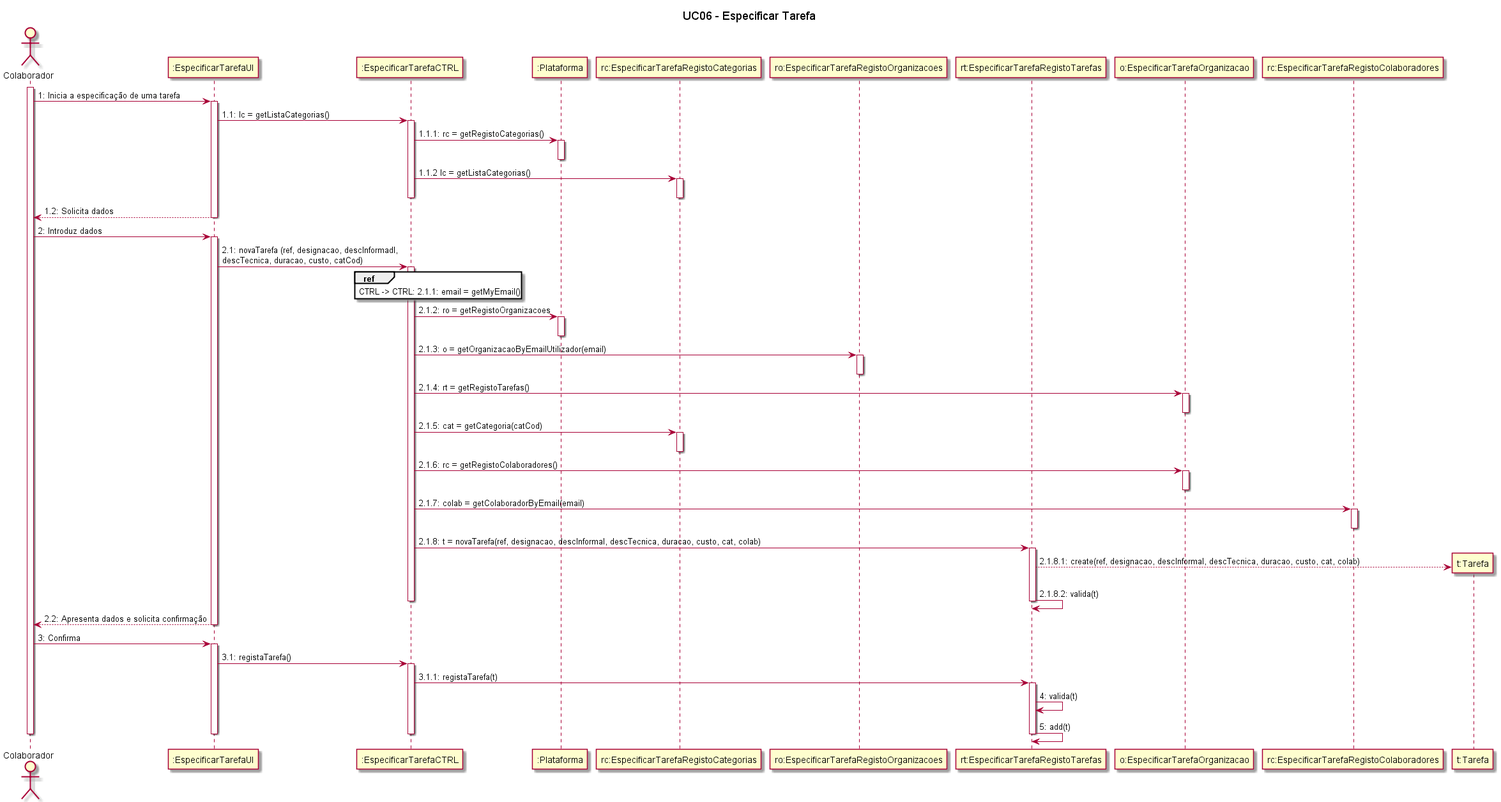
Before: Sprint 2/UC06_Especificar_Tarefa/UC06_Especificar_Tarefa_Diagrama_Sequencia.png, a diagram exported from PlantUML (blestonbandeiraUPSKILL/upskill_java1_labprg_grupo2).
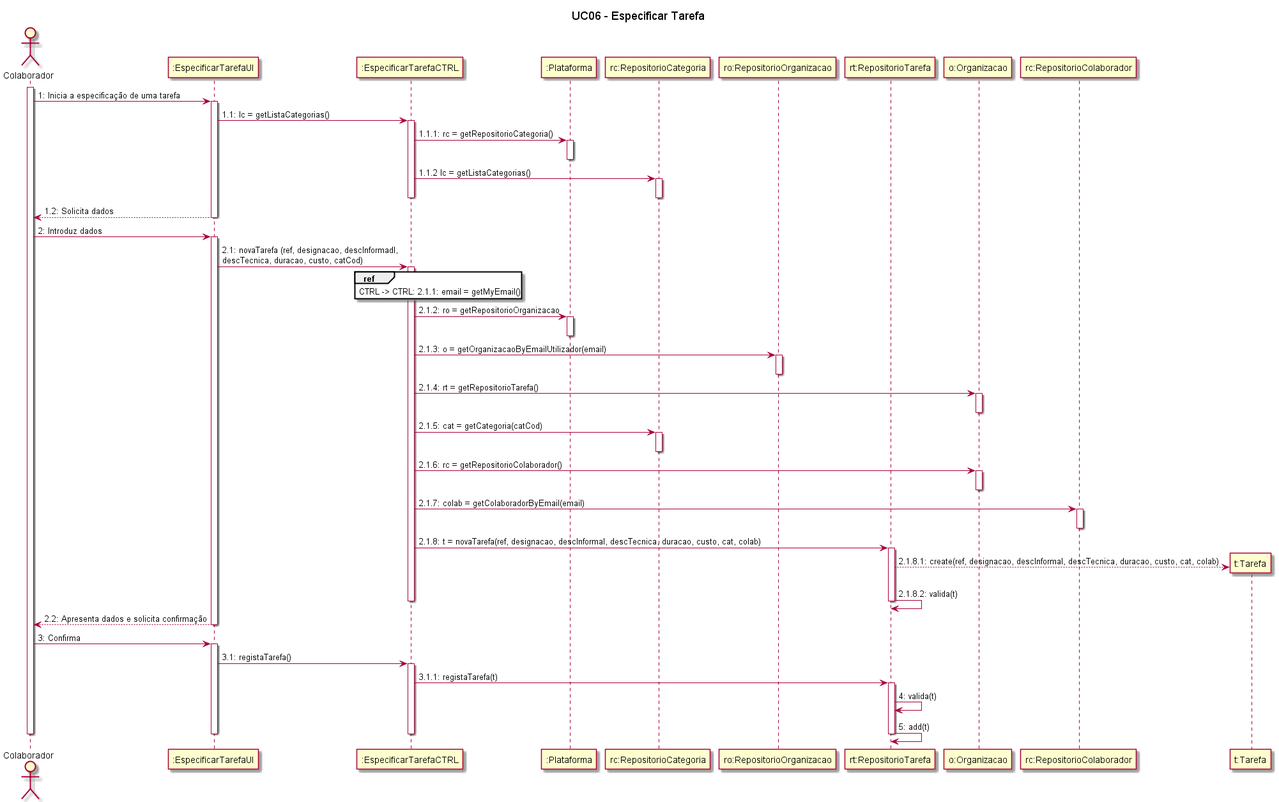
Later version of the same file.

Change to the diagram source:
```diff
@@ -1,29 +1,28 @@
 @startuml
 
 title UC06 - Especificar Tarefa
-
 
 actor Colaborador
 participant ":EspecificarTarefaUI" as UI
 participant ":EspecificarTarefaCTRL" as CTRL
 participant ":Plataforma" as Plataforma
-participant "rc:EspecificarTarefaRegistoCategorias" as RegistoCategorias
-participant "ro:EspecificarTarefaRegistoOrganizacoes" as RegistoOrganizacoes
-participant "rt:EspecificarTarefaRegistoTarefas" as RegistoTarefas
-participant "o:EspecificarTarefaOrganizacao" as Organizacao
-participant "rc:EspecificarTarefaRegistoColaboradores" as RegistoColaboradores
+participant "rc:RepositorioCategoria" as RepositorioCategoria
+participant "ro:RepositorioOrganizacao" as RepositorioOrganizacao
+participant "rt:RepositorioTarefa" as RepositorioTarefa
+participant "o:Organizacao" as Organizacao
+participant "rc:RepositorioColaborador" as RepositorioColaborador
 
 activate Colaborador
 Colaborador -> UI: 1: Inicia a especificação de uma tarefa
 activate UI
 UI -> CTRL: 1.1: lc = getListaCategorias()
 activate CTRL
-CTRL -> Plataforma: 1.1.1: rc = getRegistoCategorias()
+CTRL -> Plataforma: 1.1.1: rc = getRepositorioCategoria()
 activate Plataforma
 deactivate Plataforma
-CTRL -> RegistoCategorias: 1.1.2 lc = getListaCategorias()
-activate RegistoCategorias
-deactivate RegistoCategorias
+CTRL -> RepositorioCategoria: 1.1.2 lc = getListaCategorias()
+activate RepositorioCategoria
+deactivate RepositorioCategoria
 deactivate CTRL
 UI --> Colaborador: 1.2: Solicita dados
 deactivate UI
@@ -35,29 +34,29 @@
 ref over CTRL
 CTRL -> CTRL: 2.1.1: email = getMyEmail()
 end ref
-CTRL -> Plataforma: 2.1.2: ro = getRegistoOrganizacoes
+CTRL -> Plataforma: 2.1.2: ro = getRepositorioOrganizacao
 activate Plataforma
 deactivate Plataforma
-CTRL -> RegistoOrganizacoes: 2.1.3: o = getOrganizacaoByEmailUtilizador(email)
-activate RegistoOrganizacoes
-deactivate RegistoOrganizacoes
-CTRL -> Organizacao: 2.1.4: rt = getRegistoTarefas()
+CTRL -> RepositorioOrganizacao: 2.1.3: o = getOrganizacaoByEmailUtilizador(email)
+activate RepositorioOrganizacao
+deactivate RepositorioOrganizacao
+CTRL -> Organizacao: 2.1.4: rt = getRepositorioTarefa()
 activate Organizacao
 deactivate Organizacao
-CTRL -> RegistoCategorias: 2.1.5: cat = getCategoria(catCod)
-activate RegistoCategorias
-deactivate RegistoCategorias
-CTRL -> Organizacao: 2.1.6: rc = getRegistoColaboradores()
+CTRL -> RepositorioCategoria: 2.1.5: cat = getCategoria(catCod)
+activate RepositorioCategoria
+deactivate RepositorioCategoria
+CTRL -> Organizacao: 2.1.6: rc = getRepositorioColaborador()
 activate Organizacao
 deactivate Organizacao
-CTRL -> RegistoColaboradores: 2.1.7: colab = getColaboradorByEmail(email)
-activate RegistoColaboradores
-deactivate RegistoColaboradores
-CTRL -> RegistoTarefas: 2.1.8: t = novaTarefa(ref, designacao, descInformal, descTecnica, duracao, custo, cat, colab)
-activate RegistoTarefas
-RegistoTarefas --> "t:Tarefa" **: 2.1.8.1: create(ref, designacao, descInformal, descTecnica, duracao, custo, cat, colab)
-RegistoTarefas -> RegistoTarefas: 2.1.8.2: valida(t)
-deactivate RegistoTarefas
+CTRL -> RepositorioColaborador: 2.1.7: colab = getColaboradorByEmail(email)
+activate RepositorioColaborador
+deactivate RepositorioColaborador
+CTRL -> RepositorioTarefa: 2.1.8: t = novaTarefa(ref, designacao, descInformal, descTecnica, duracao, custo, cat, colab)
+activate RepositorioTarefa
+RepositorioTarefa --> "t:Tarefa" **: 2.1.8.1: create(ref, designacao, descInformal, descTecnica, duracao, custo, cat, colab)
+RepositorioTarefa -> RepositorioTarefa: 2.1.8.2: valida(t)
+deactivate RepositorioTarefa
 deactivate CTRL
 UI --> Colaborador: 2.2: Apresenta dados e solicita confirmação
 deactivate UI
@@ -65,11 +64,11 @@
 activate UI
 UI -> CTRL: 3.1: registaTarefa()
 activate CTRL
-CTRL -> RegistoTarefas: 3.1.1: registaTarefa(t)
-activate RegistoTarefas
-RegistoTarefas -> RegistoTarefas: 4: valida(t)
-RegistoTarefas -> RegistoTarefas: 5: add(t)
-deactivate RegistoTarefas
+CTRL -> RepositorioTarefa: 3.1.1: registaTarefa(t)
+activate RepositorioTarefa
+RepositorioTarefa -> RepositorioTarefa: 4: valida(t)
+RepositorioTarefa -> RepositorioTarefa: 5: add(t)
+deactivate RepositorioTarefa
 deactivate CTRL
 deactivate UI
 deactivate Colaborador
```
